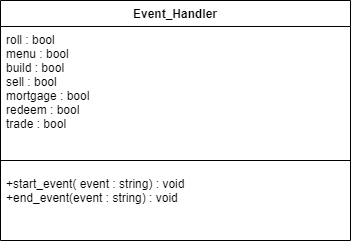
The draw.io diagram references/uml/EventHandler_Monopoly_UML.drawio.png in NReedel/Monopoly, before a commit. Source tidied: cells renumbered, new cells last; positions are measured from the earlier drawing's top-left corner, leaving out a move shared by most shapes.
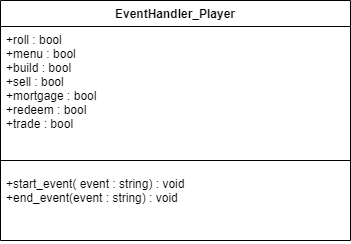
Above is the later version.

Diff of the diagram source:
```diff
@@ -2,10 +2,10 @@
   <root>
     <mxCell id="0" />
     <mxCell id="1" parent="0" />
-    <mxCell id="2" value="Event_Handler" style="swimlane;fontStyle=1;align=center;verticalAlign=top;horizontal=1;startSize=26;" parent="1" vertex="1">
+    <mxCell id="2" value="EventHandler_Player" style="swimlane;fontStyle=1;align=center;verticalAlign=top;horizontal=1;startSize=26;" parent="1" vertex="1">
       <mxGeometry width="350" height="240" as="geometry" />
     </mxCell>
-    <mxCell id="3" value="roll : bool&#10;menu : bool&#10;build : bool&#10;sell : bool&#10;mortgage : bool&#10;redeem : bool&#10;trade : bool&#10;&#10;&#10;&#10;" style="text;strokeColor=none;fillColor=none;align=left;verticalAlign=top;spacingLeft=4;spacingRight=4;overflow=hidden;" parent="2" vertex="1">
+    <mxCell id="3" value="+roll : bool&#10;+menu : bool&#10;+build : bool&#10;+sell : bool&#10;+mortgage : bool&#10;+redeem : bool&#10;+trade : bool&#10;&#10;&#10;&#10;" style="text;strokeColor=none;fillColor=none;align=left;verticalAlign=top;spacingLeft=4;spacingRight=4;overflow=hidden;" parent="2" vertex="1">
       <mxGeometry y="26" width="350" height="124" as="geometry" />
     </mxCell>
     <mxCell id="4" style="line;strokeWidth=1;fillColor=none;align=left;verticalAlign=middle;spacingTop=-1;spacingLeft=3;spacingRight=3;labelPosition=right;strokeColor=inherit;" parent="2" vertex="1">
```
